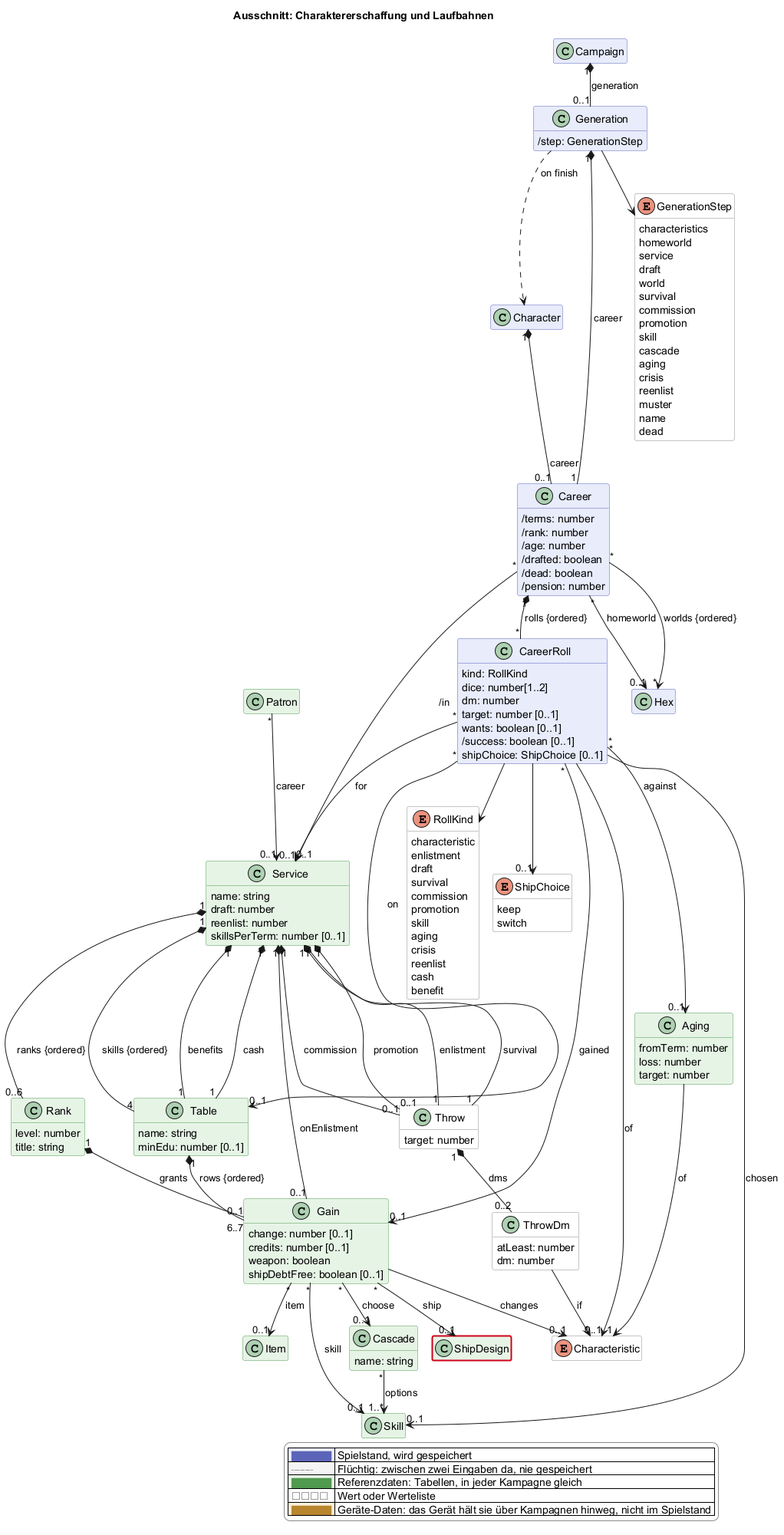
Before: docs/views/erschaffung.png, a diagram exported from PlantUML (scuzzar/SRE).
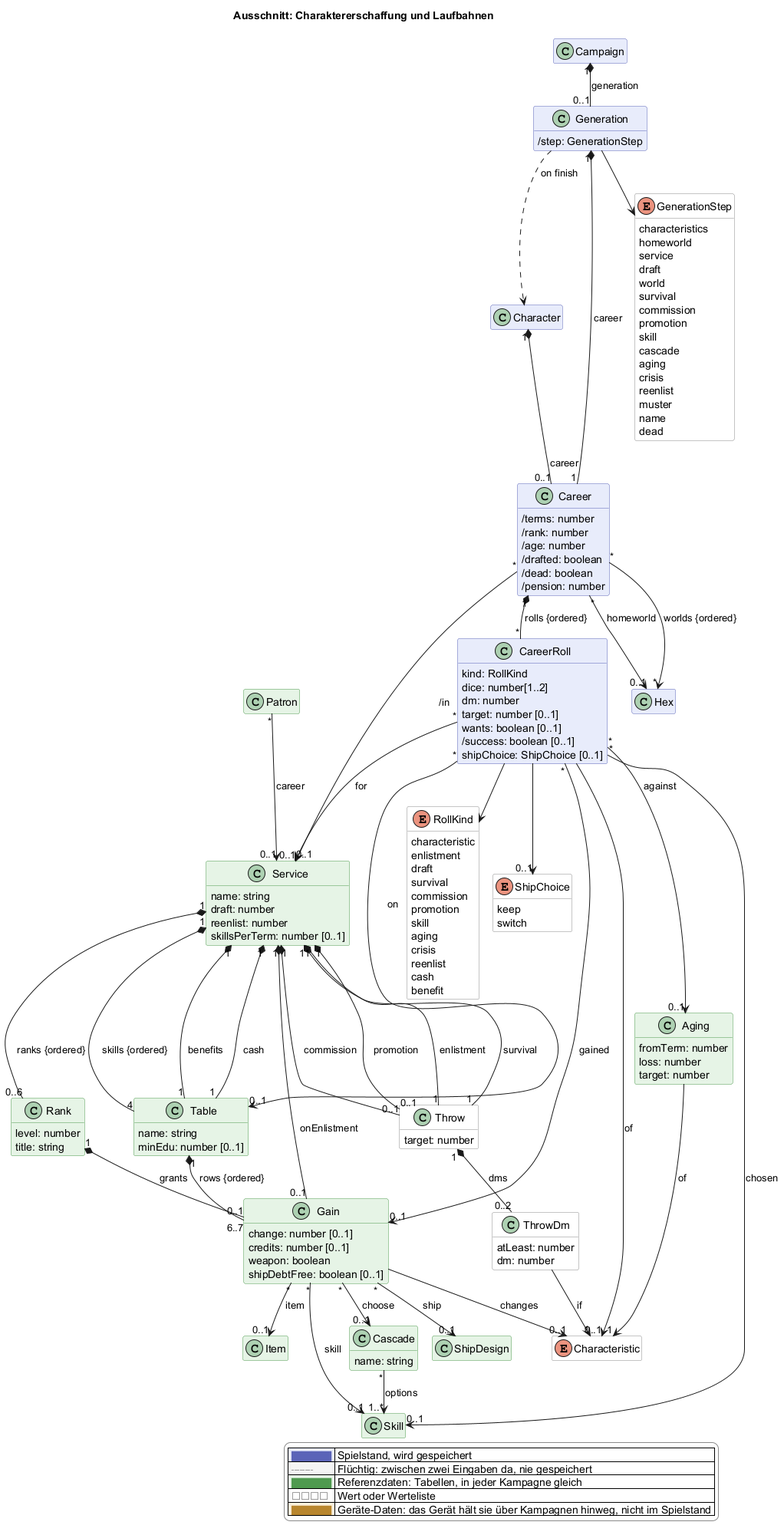
The same file after the commit.

What changed in the source:
```diff
@@ -235,5 +235,4 @@
   |<#ffffff> <color:#8a8a8a>□□□□</color> | Wert oder Werteliste |
   |<#fdf1dc> <color:#b8862e>████</color> | Geräte-Daten: das Gerät hält sie über Kampagnen hinweg, nicht im Spielstand |
 endlegend
-class ShipDesign #line:d0021b;line.bold
 @enduml
```
